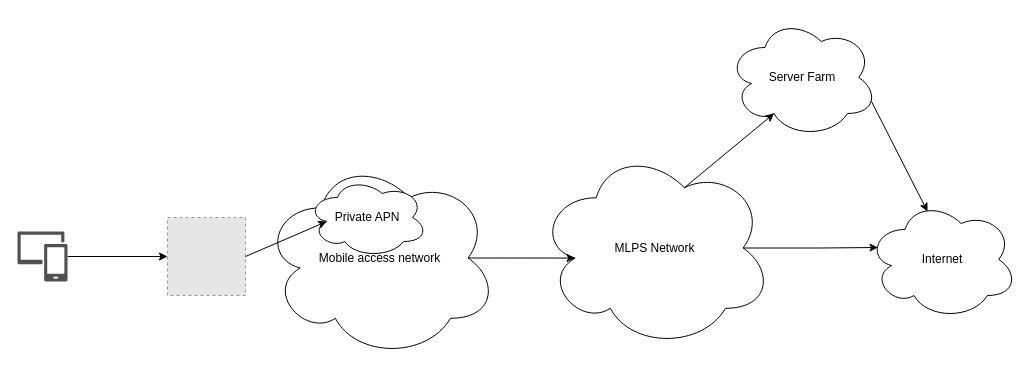
The draw.io diagram images/network_topology.drawio in PaoloPp/PCAP_Analyzer, before the edit. Source tidied: cells renumbered, new cells numbered last; positions are measured from the earlier drawing's top-left corner, leaving out a move shared by most shapes. Both pictures are drawn from the tidied source at 100%, with x=0, y=0 at pixel (17, 17). Pictures stored in the file or linked from it are replaced by grey dashed boxes.
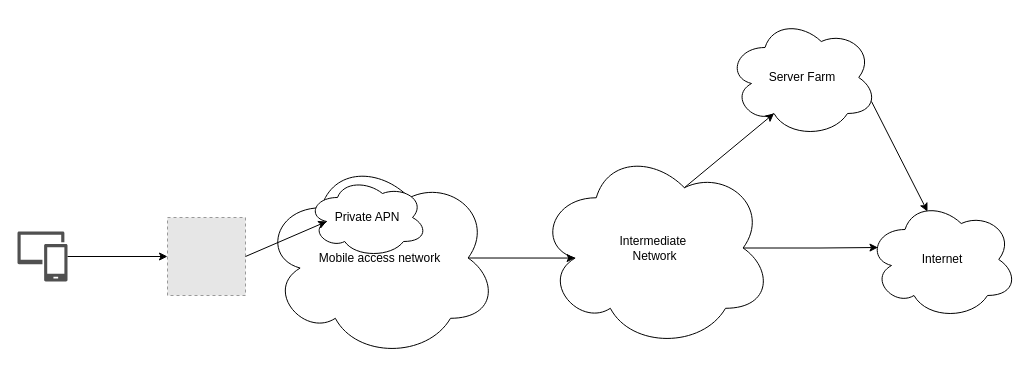
The same page after the edit.

Change to the diagram source:
```diff
@@
 <mxGraphModel>
   <root>
     <mxCell id="0" />
     <mxCell id="1" parent="0" />
     <mxCell id="2" style="fillColor=#E6E6E6;strokeColor=#999999;dashed=1;html=1;verticalAlign=top;verticalLabelPosition=bottom;labelBackgroundColor=#ffffff;" parent="1" vertex="1">
       <mxGeometry x="150" y="200" width="78" height="78" as="geometry" />
     </mxCell>
     <mxCell id="3" style="edgeStyle=orthogonalEdgeStyle;rounded=0;jettySize=auto;html=1;" parent="1" edge="1" source="4" target="2">
       <mxGeometry relative="1" as="geometry" />
     </mxCell>
     <mxCell id="4" style="sketch=0;shadow=0;dashed=0;html=1;strokeColor=none;labelPosition=center;verticalLabelPosition=bottom;verticalAlign=top;align=center;fillColor=#505050;shape=mxgraph.mscae.intune.device_group;" parent="1" vertex="1">
       <mxGeometry y="214" width="50" height="50" as="geometry" />
     </mxCell>
     <mxCell id="5" value="Mobile access network" style="ellipse;shape=cloud;whiteSpace=wrap;html=1;" parent="1" vertex="1">
       <mxGeometry x="245" y="140" width="235" height="201" as="geometry" />
     </mxCell>
     <mxCell id="6" value="Private APN" style="ellipse;shape=cloud;whiteSpace=wrap;html=1;" parent="1" vertex="1">
       <mxGeometry x="290" y="160" width="120" height="80" as="geometry" />
     </mxCell>
     <mxCell id="7" style="endArrow=classic;html=1;rounded=0;exitX=1;exitY=0.5;exitDx=0;exitDy=0;entryX=0.16;entryY=0.55;entryDx=0;entryDy=0;entryPerimeter=0;" parent="1" edge="1" source="2" target="6">
       <mxGeometry relative="1" as="geometry" />
     </mxCell>
-    <mxCell id="8" value="MLPS Network" style="ellipse;shape=cloud;whiteSpace=wrap;html=1;" parent="1" vertex="1">
+    <mxCell id="8" value="Intermediate&lt;span style=&quot;background-color: initial;&quot;&gt;&amp;nbsp;&lt;/span&gt;&lt;div&gt;&lt;span style=&quot;background-color: initial;&quot;&gt;Network&lt;/span&gt;&lt;/div&gt;" style="ellipse;shape=cloud;whiteSpace=wrap;html=1;" parent="1" vertex="1">
       <mxGeometry x="520" y="130" width="235" height="201" as="geometry" />
     </mxCell>
     <mxCell id="9" value="Internet" style="ellipse;shape=cloud;whiteSpace=wrap;html=1;" parent="1" vertex="1">
       <mxGeometry x="850" y="182" width="150" height="120" as="geometry" />
     </mxCell>
     <mxCell id="10" value="Server Farm" style="ellipse;shape=cloud;whiteSpace=wrap;html=1;" parent="1" vertex="1">
       <mxGeometry x="710" width="150" height="120" as="geometry" />
     </mxCell>
     <mxCell id="11" style="endArrow=classic;html=1;rounded=0;exitX=0.96;exitY=0.7;exitDx=0;exitDy=0;entryX=0.4;entryY=0.1;entryDx=0;entryDy=0;entryPerimeter=0;exitPerimeter=0;" parent="1" edge="1" source="10" target="9">
       <mxGeometry relative="1" as="geometry" />
     </mxCell>
     <mxCell id="12" style="endArrow=classic;html=1;rounded=0;exitX=0.875;exitY=0.5;exitDx=0;exitDy=0;entryX=0.16;entryY=0.55;entryDx=0;entryDy=0;entryPerimeter=0;exitPerimeter=0;" parent="1" edge="1" source="5" target="8">
       <mxGeometry relative="1" as="geometry" />
     </mxCell>
     <mxCell id="13" style="endArrow=classic;html=1;rounded=0;exitX=0.625;exitY=0.2;exitDx=0;exitDy=0;entryX=0.31;entryY=0.8;entryDx=0;entryDy=0;entryPerimeter=0;exitPerimeter=0;" parent="1" edge="1" source="8" target="10">
       <mxGeometry relative="1" as="geometry" />
     </mxCell>
     <mxCell id="14" style="edgeStyle=orthogonalEdgeStyle;rounded=0;jettySize=auto;html=1;exitX=0.875;exitY=0.5;exitDx=0;exitDy=0;exitPerimeter=0;entryX=0.07;entryY=0.4;entryDx=0;entryDy=0;entryPerimeter=0;" parent="1" edge="1" source="8" target="9">
       <mxGeometry relative="1" as="geometry" />
     </mxCell>
   </root>
 </mxGraphModel>
```
